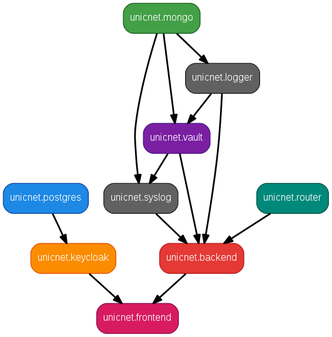
This is diagrams/dependencies_diagram.png from rightsoftware-ru/unicnet.enterprise, a Graphviz export, as it was before one commit. Its source is kept beside it as diagrams/dependencies_diagram.dot. The source it was exported from:
```dot
digraph Dependencies {
    rankdir=TB;
    node [shape=box, style="rounded,filled", fontname="Arial", fontsize=12, fontcolor=white];
    edge [color=black, style=bold];

    postgres [label="unicnet.postgres", fillcolor="#1e88e5", color="#0d47a1"];
    keycloak [label="unicnet.keycloak", fillcolor="#fb8c00", color="#e65100"];
    postgres -> keycloak;
    vault [label="unicnet.vault", fillcolor="#7b1fa2", color="#4a148c"];
    backend [label="unicnet.backend", fillcolor="#e53935", color="#b71c1c"];
    vault -> backend;
    router [label="unicnet.router", fillcolor="#00897b", color="#004d40"];
    router -> backend;
    syslog [label="unicnet.syslog", fillcolor="#616161", color="#212121"];
    syslog -> backend;
    logger [label="unicnet.logger", fillcolor="#616161", color="#212121"];
    logger -> backend;
    frontend [label="unicnet.frontend", fillcolor="#d81b60", color="#880e4f"];
    backend -> frontend;
    keycloak -> frontend;
    mongo [label="unicnet.mongo", fillcolor="#43a047", color="#1b5e20"];
    mongo -> logger;
    mongo -> vault;
    logger -> vault;
    mongo -> syslog;
    vault -> syslog;
}
```
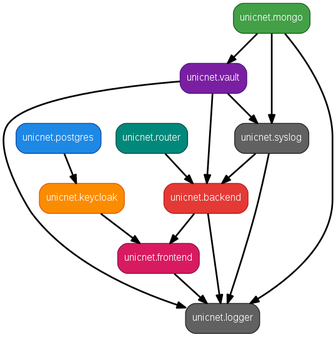
After the commit.

Commit message:
Обновлены зависимости: Logger стартует после Vault, syslog, Backend и frontend

Change to the diagram source:
```diff
@@ -13,15 +13,17 @@
     router -> backend;
     syslog [label="unicnet.syslog", fillcolor="#616161", color="#212121"];
     syslog -> backend;
-    logger [label="unicnet.logger", fillcolor="#616161", color="#212121"];
-    logger -> backend;
     frontend [label="unicnet.frontend", fillcolor="#d81b60", color="#880e4f"];
     backend -> frontend;
     keycloak -> frontend;
     mongo [label="unicnet.mongo", fillcolor="#43a047", color="#1b5e20"];
+    logger [label="unicnet.logger", fillcolor="#616161", color="#212121"];
     mongo -> logger;
+    vault -> logger;
+    syslog -> logger;
+    backend -> logger;
+    frontend -> logger;
     mongo -> vault;
-    logger -> vault;
     mongo -> syslog;
     vault -> syslog;
 }
```
